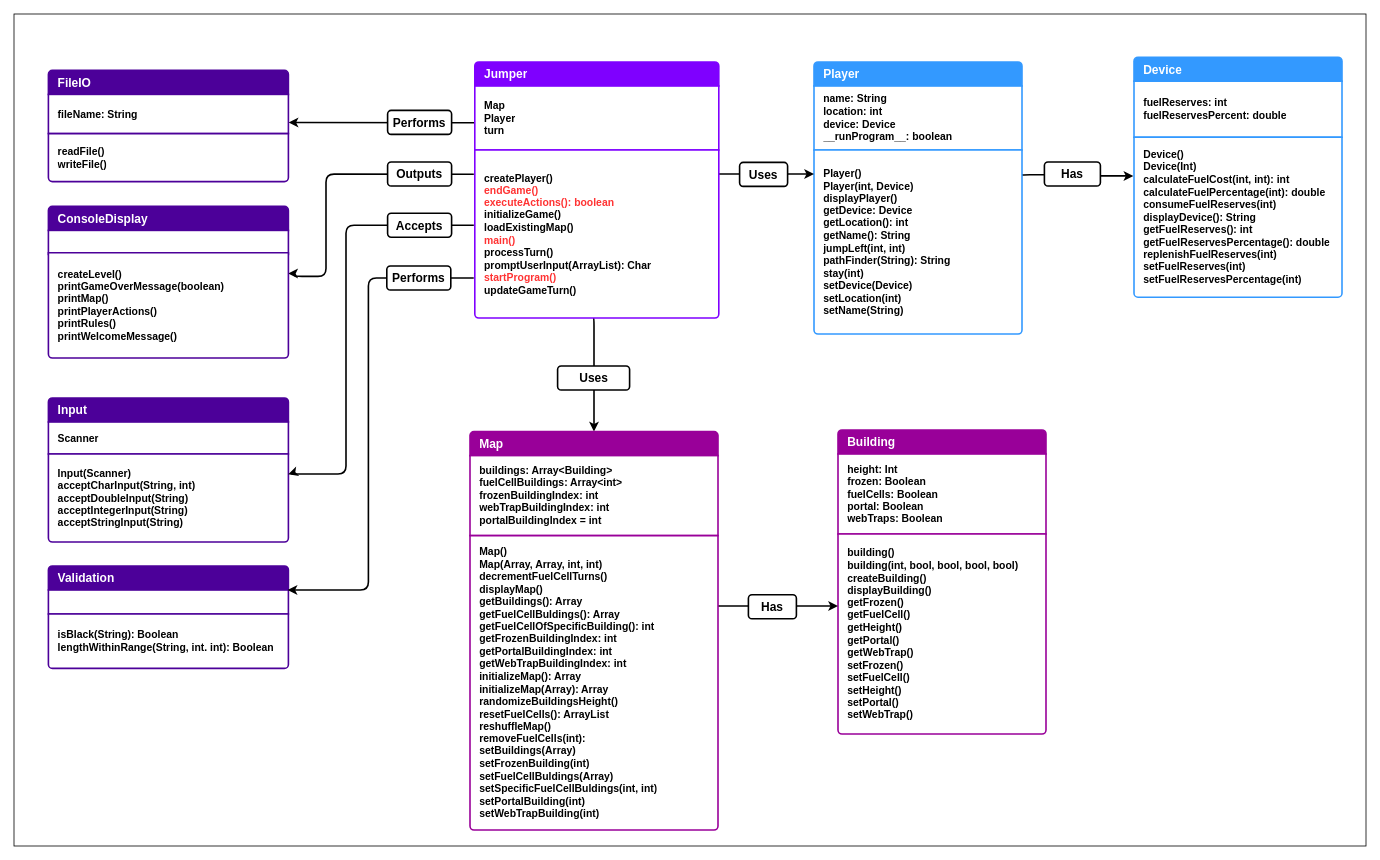
Before: Java Programming/Assignment Java Jumper/doc/ClassDiagram.drawio in ByteToBits/CompScience, a draw.io diagram. Source tidied: cells renumbered, new cells numbered last; positions are measured from the earlier drawing's top-left corner, leaving out a move shared by most shapes. Both pictures are drawn from the tidied source at 80%, with x=0, y=0 at pixel (14, 14).
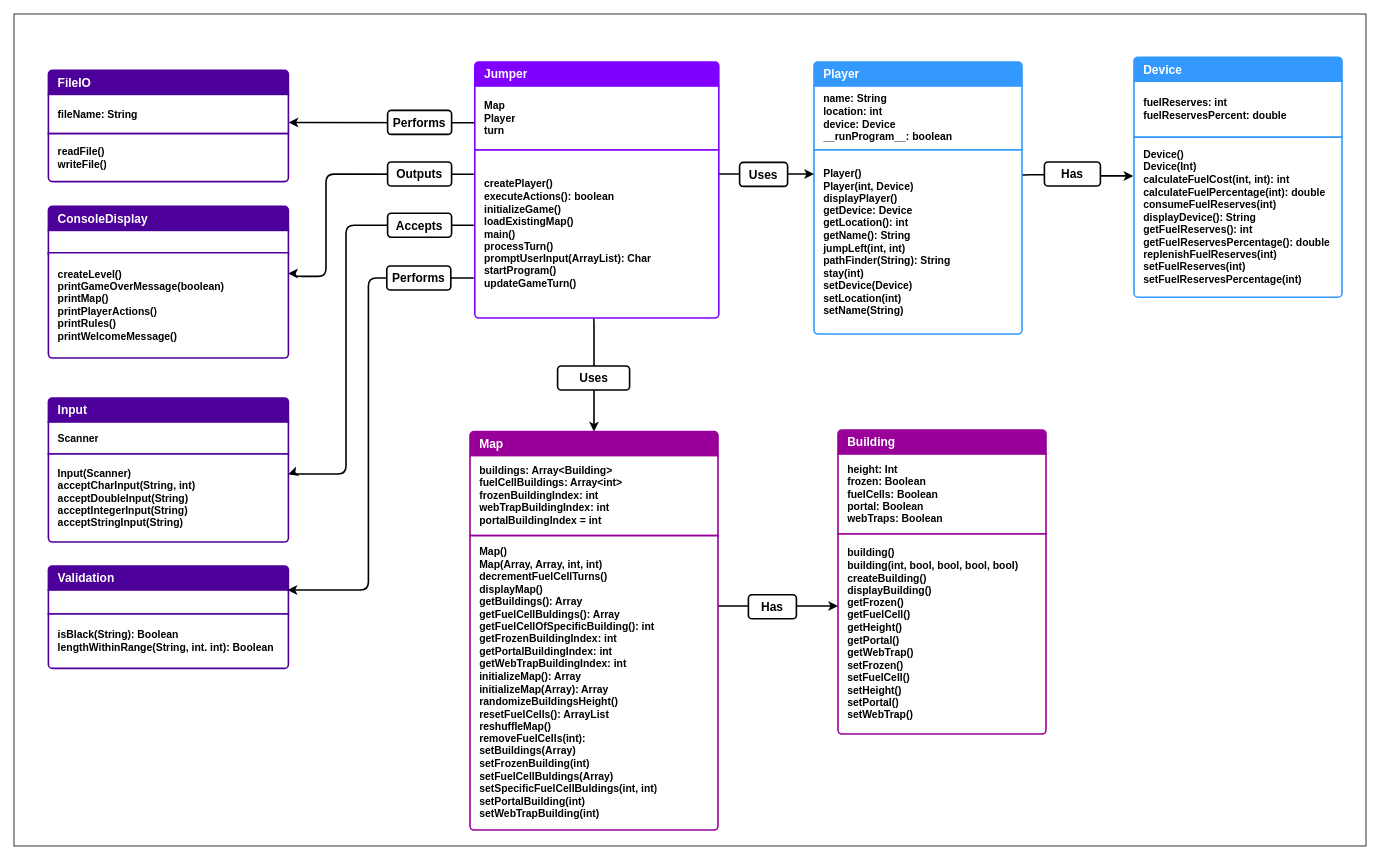
After the change.

The edit, as a diff of the source:
```diff
@@
-    <mxCell id="47" value="&lt;strong style=&quot;background-color: initial;&quot;&gt;createPlayer()&lt;/strong&gt;&lt;div&gt;&lt;strong style=&quot;background-color: initial;&quot;&gt;&lt;font color=&quot;#ff3333&quot;&gt;endGame()&lt;/font&gt;&lt;/strong&gt;&lt;/div&gt;&lt;div&gt;&lt;font color=&quot;#ff3333&quot;&gt;executeActions(): boolean&lt;br&gt;&lt;/font&gt;&lt;strong style=&quot;background-color: initial;&quot;&gt;initializeGame()&lt;/strong&gt;&lt;br&gt;&lt;strong style=&quot;background-color: initial;&quot;&gt;loadExistingMap()&lt;/strong&gt;&lt;br&gt;&lt;strong style=&quot;background-color: initial;&quot;&gt;&lt;font color=&quot;#ff3333&quot;&gt;main()&lt;/font&gt;&lt;/strong&gt;&lt;br&gt;&lt;strong style=&quot;background-color: initial;&quot;&gt;processTurn()&lt;/strong&gt;&lt;div&gt;promptUserInput(ArrayList): Char&lt;/div&gt;&lt;div&gt;&lt;strong style=&quot;background-color: initial;&quot;&gt;&lt;font color=&quot;#ff3333&quot;&gt;startProgram()&lt;/font&gt;&lt;/strong&gt;&lt;br&gt;&lt;strong style=&quot;background-color: initial;&quot;&gt;updateGameTurn()&lt;/strong&gt;&lt;br&gt;&lt;/div&gt;&lt;/div&gt;" style="text;strokeColor=#7F00FF;fillColor=#FFFFFF;align=left;verticalAlign=middle;spacingLeft=10;spacingRight=10;overflow=hidden;points=[[0,0.5],[1,0.5]];portConstraint=eastwest;whiteSpace=wrap;html=1;shape=mxgraph.bootstrap.bottomButton;rSize=5;fontColor=#000000;strokeWidth=2;labelPadding=0;labelBorderColor=none;fontSize=13;fontStyle=1;shadow=0;perimeterSpacing=0;swimlaneLine=0;" parent="1" vertex="1">
+    <mxCell id="47" value="&lt;strong style=&quot;background-color: initial;&quot;&gt;createPlayer()&lt;/strong&gt;&lt;div&gt;executeActions(): boolean&lt;br&gt;&lt;strong style=&quot;background-color: initial;&quot;&gt;initializeGame()&lt;/strong&gt;&lt;br&gt;&lt;strong style=&quot;background-color: initial;&quot;&gt;loadExistingMap()&lt;/strong&gt;&lt;br&gt;&lt;strong style=&quot;background-color: initial;&quot;&gt;main()&lt;/strong&gt;&lt;br&gt;&lt;strong style=&quot;background-color: initial;&quot;&gt;processTurn()&lt;/strong&gt;&lt;div&gt;promptUserInput(ArrayList): Char&lt;/div&gt;&lt;div&gt;&lt;strong style=&quot;background-color: initial;&quot;&gt;startProgram()&lt;/strong&gt;&lt;br&gt;&lt;strong style=&quot;background-color: initial;&quot;&gt;updateGameTurn()&lt;/strong&gt;&lt;br&gt;&lt;/div&gt;&lt;/div&gt;" style="text;strokeColor=#7F00FF;fillColor=#FFFFFF;align=left;verticalAlign=middle;spacingLeft=10;spacingRight=10;overflow=hidden;points=[[0,0.5],[1,0.5]];portConstraint=eastwest;whiteSpace=wrap;html=1;shape=mxgraph.bootstrap.bottomButton;rSize=5;fontColor=#000000;strokeWidth=2;labelPadding=0;labelBorderColor=none;fontSize=13;fontStyle=1;shadow=0;perimeterSpacing=0;swimlaneLine=0;" parent="1" vertex="1">
       <mxGeometry x="576" y="170" width="305" height="210" as="geometry" />
     </mxCell>
```
